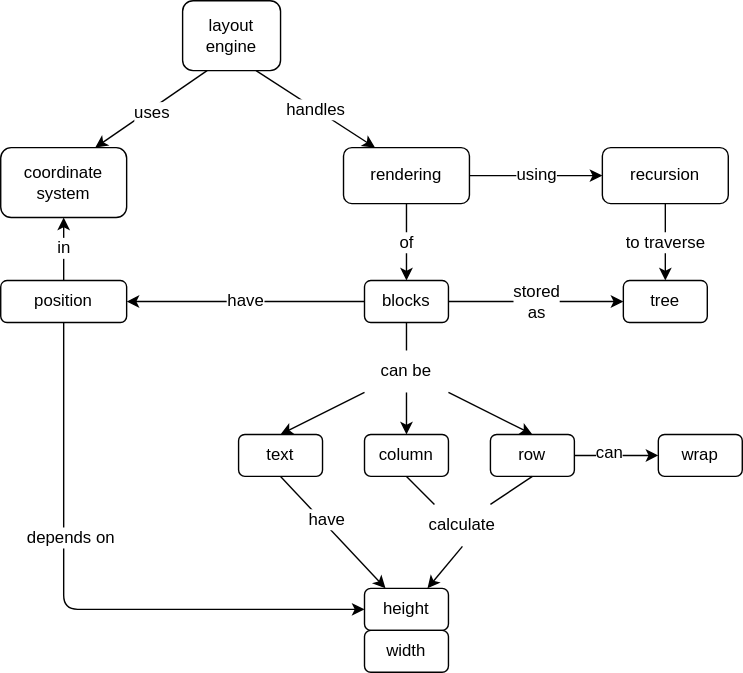
Earlier version of the draw.io export sdxpy/layout/concept_map.svg (gvwilson/thirdbit). Source tidied: cells renumbered, new cells last; positions are measured from the earlier drawing's top-left corner, leaving out a move shared by most shapes.
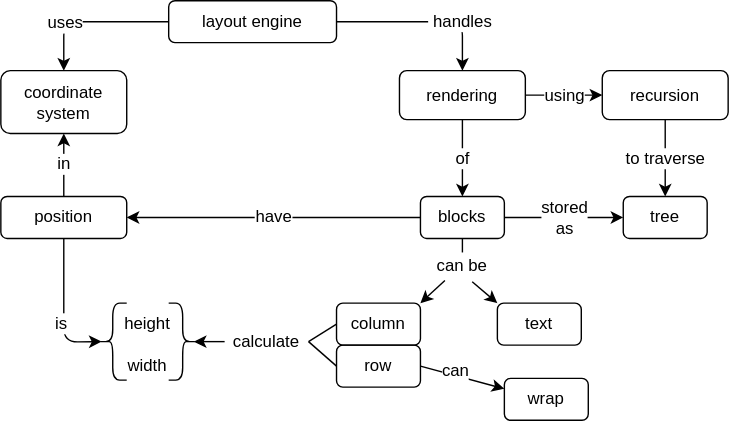
After the change.

The edit, as a diff of the source:
```diff
@@ -2,119 +2,127 @@
   <root>
     <mxCell id="0" />
     <mxCell id="1" parent="0" />
-    <mxCell id="2" value="&lt;font style=&quot;font-size: 12px;&quot;&gt;layout engine&lt;/font&gt;" style="text;html=1;strokeColor=default;fillColor=none;align=center;verticalAlign=middle;whiteSpace=wrap;rounded=1;fontSize=12;fontFamily=Verdana;" parent="1" vertex="1">
-      <mxGeometry x="130" width="70" height="50" as="geometry" />
+    <mxCell id="2" value="&lt;font style=&quot;font-size: 12px;&quot;&gt;layout engine&lt;/font&gt;" style="text;html=1;strokeColor=default;fillColor=none;align=center;verticalAlign=middle;whiteSpace=wrap;rounded=1;fontSize=12;fontFamily=Helvetica;" parent="1" vertex="1">
+      <mxGeometry x="120" y="60" width="120" height="30" as="geometry" />
     </mxCell>
-    <mxCell id="3" value="&lt;font style=&quot;font-size: 12px;&quot;&gt;coordinate system&lt;/font&gt;" style="text;html=1;strokeColor=default;fillColor=none;align=center;verticalAlign=middle;whiteSpace=wrap;rounded=1;fontSize=12;fontFamily=Verdana;" parent="1" vertex="1">
-      <mxGeometry y="105" width="90" height="50" as="geometry" />
+    <mxCell id="3" value="&lt;font style=&quot;font-size: 12px;&quot;&gt;coordinate system&lt;/font&gt;" style="text;html=1;strokeColor=default;fillColor=none;align=center;verticalAlign=middle;whiteSpace=wrap;rounded=1;fontSize=12;fontFamily=Helvetica;" parent="1" vertex="1">
+      <mxGeometry y="110" width="90" height="45" as="geometry" />
     </mxCell>
-    <mxCell id="4" value="&lt;font style=&quot;font-size: 12px;&quot;&gt;blocks&lt;/font&gt;" style="text;html=1;strokeColor=default;fillColor=none;align=center;verticalAlign=middle;whiteSpace=wrap;rounded=1;fontSize=12;fontFamily=Verdana;" parent="1" vertex="1">
-      <mxGeometry x="260" y="200" width="60" height="30" as="geometry" />
+    <mxCell id="4" value="&lt;font style=&quot;font-size: 12px;&quot;&gt;blocks&lt;/font&gt;" style="text;html=1;strokeColor=default;fillColor=none;align=center;verticalAlign=middle;whiteSpace=wrap;rounded=1;fontSize=12;fontFamily=Helvetica;" parent="1" vertex="1">
+      <mxGeometry x="300" y="200" width="60" height="30" as="geometry" />
     </mxCell>
-    <mxCell id="5" value="&lt;font style=&quot;font-size: 12px;&quot;&gt;row&lt;/font&gt;" style="text;html=1;strokeColor=default;fillColor=none;align=center;verticalAlign=middle;whiteSpace=wrap;rounded=1;fontSize=12;fontFamily=Verdana;" parent="1" vertex="1">
-      <mxGeometry x="350" y="310" width="60" height="30" as="geometry" />
+    <mxCell id="5" value="&lt;font style=&quot;font-size: 12px;&quot;&gt;row&lt;/font&gt;" style="text;html=1;strokeColor=default;fillColor=none;align=center;verticalAlign=middle;whiteSpace=wrap;rounded=1;fontSize=12;fontFamily=Helvetica;" parent="1" vertex="1">
+      <mxGeometry x="240" y="306.2" width="60" height="30" as="geometry" />
     </mxCell>
-    <mxCell id="6" value="&lt;font style=&quot;font-size: 12px;&quot;&gt;column&lt;/font&gt;" style="text;html=1;strokeColor=default;fillColor=none;align=center;verticalAlign=middle;whiteSpace=wrap;rounded=1;fontSize=12;fontFamily=Verdana;" parent="1" vertex="1">
-      <mxGeometry x="260" y="310" width="60" height="30" as="geometry" />
+    <mxCell id="6" value="&lt;font style=&quot;font-size: 12px;&quot;&gt;column&lt;/font&gt;" style="text;html=1;strokeColor=default;fillColor=none;align=center;verticalAlign=middle;whiteSpace=wrap;rounded=1;fontSize=12;fontFamily=Helvetica;" parent="1" vertex="1">
+      <mxGeometry x="240" y="276.2" width="60" height="30" as="geometry" />
     </mxCell>
-    <mxCell id="7" value="&lt;font style=&quot;font-size: 12px;&quot;&gt;text&lt;/font&gt;" style="text;html=1;strokeColor=default;fillColor=none;align=center;verticalAlign=middle;whiteSpace=wrap;rounded=1;fontSize=12;fontFamily=Verdana;" parent="1" vertex="1">
-      <mxGeometry x="170" y="310" width="60" height="30" as="geometry" />
+    <mxCell id="7" value="&lt;font style=&quot;font-size: 12px;&quot;&gt;text&lt;/font&gt;" style="text;html=1;strokeColor=default;fillColor=none;align=center;verticalAlign=middle;whiteSpace=wrap;rounded=1;fontSize=12;fontFamily=Helvetica;" parent="1" vertex="1">
+      <mxGeometry x="355" y="276.2" width="60" height="30" as="geometry" />
     </mxCell>
-    <mxCell id="8" value="&lt;font style=&quot;font-size: 12px;&quot;&gt;width&lt;/font&gt;" style="text;html=1;strokeColor=default;fillColor=none;align=center;verticalAlign=middle;whiteSpace=wrap;rounded=1;fontSize=12;fontFamily=Verdana;" parent="1" vertex="1">
-      <mxGeometry x="260" y="450" width="60" height="30" as="geometry" />
-    </mxCell>
-    <mxCell id="9" value="&lt;font style=&quot;font-size: 12px;&quot;&gt;height&lt;/font&gt;" style="text;html=1;strokeColor=default;fillColor=none;align=center;verticalAlign=middle;whiteSpace=wrap;rounded=1;fontSize=12;fontFamily=Verdana;" parent="1" vertex="1">
-      <mxGeometry x="260" y="420" width="60" height="30" as="geometry" />
-    </mxCell>
-    <mxCell id="10" value="&lt;font style=&quot;font-size: 12px;&quot;&gt;tree&lt;/font&gt;" style="text;html=1;strokeColor=default;fillColor=none;align=center;verticalAlign=middle;whiteSpace=wrap;rounded=1;fontSize=12;fontFamily=Verdana;" parent="1" vertex="1">
+    <mxCell id="10" value="&lt;font style=&quot;font-size: 12px;&quot;&gt;tree&lt;/font&gt;" style="text;html=1;strokeColor=default;fillColor=none;align=center;verticalAlign=middle;whiteSpace=wrap;rounded=1;fontSize=12;fontFamily=Helvetica;" parent="1" vertex="1">
       <mxGeometry x="445" y="200" width="60" height="30" as="geometry" />
     </mxCell>
-    <mxCell id="11" value="&lt;font style=&quot;font-size: 12px;&quot;&gt;rendering&lt;/font&gt;" style="text;html=1;strokeColor=default;fillColor=none;align=center;verticalAlign=middle;whiteSpace=wrap;rounded=1;fontSize=12;fontFamily=Verdana;" parent="1" vertex="1">
-      <mxGeometry x="245" y="105" width="90" height="40" as="geometry" />
+    <mxCell id="11" value="&lt;font style=&quot;font-size: 12px;&quot;&gt;rendering&lt;/font&gt;" style="text;html=1;strokeColor=default;fillColor=none;align=center;verticalAlign=middle;whiteSpace=wrap;rounded=1;fontSize=12;fontFamily=Helvetica;" parent="1" vertex="1">
+      <mxGeometry x="285" y="110" width="90" height="35" as="geometry" />
     </mxCell>
-    <mxCell id="12" value="&lt;font style=&quot;font-size: 12px;&quot;&gt;recursion&lt;/font&gt;" style="text;html=1;strokeColor=default;fillColor=none;align=center;verticalAlign=middle;whiteSpace=wrap;rounded=1;fontSize=12;fontFamily=Verdana;" parent="1" vertex="1">
-      <mxGeometry x="430" y="105" width="90" height="40" as="geometry" />
+    <mxCell id="12" value="&lt;font style=&quot;font-size: 12px;&quot;&gt;recursion&lt;/font&gt;" style="text;html=1;strokeColor=default;fillColor=none;align=center;verticalAlign=middle;whiteSpace=wrap;rounded=1;fontSize=12;fontFamily=Helvetica;" parent="1" vertex="1">
+      <mxGeometry x="430" y="110" width="90" height="35" as="geometry" />
     </mxCell>
-    <mxCell id="13" value="&lt;font style=&quot;font-size: 12px;&quot;&gt;wrap&lt;/font&gt;" style="text;html=1;strokeColor=default;fillColor=none;align=center;verticalAlign=middle;whiteSpace=wrap;rounded=1;fontSize=12;fontFamily=Verdana;" parent="1" vertex="1">
-      <mxGeometry x="470" y="310" width="60" height="30" as="geometry" />
+    <mxCell id="13" value="&lt;font style=&quot;font-size: 12px;&quot;&gt;wrap&lt;/font&gt;" style="text;html=1;strokeColor=default;fillColor=none;align=center;verticalAlign=middle;whiteSpace=wrap;rounded=1;fontSize=12;fontFamily=Helvetica;" parent="1" vertex="1">
+      <mxGeometry x="360" y="330" width="60" height="30" as="geometry" />
     </mxCell>
-    <mxCell id="14" style="endArrow=classic;html=1;rounded=0;entryX=0.75;entryY=0;entryDx=0;entryDy=0;endFill=1;sketch=0;exitX=0.25;exitY=1;exitDx=0;exitDy=0;fontFamily=Verdana;fontSize=12;" parent="1" edge="1" source="2" target="3">
-      <mxGeometry relative="1" as="geometry" />
+    <mxCell id="14" style="endArrow=classic;html=1;rounded=1;entryX=0.5;entryY=0;entryDx=0;entryDy=0;endFill=1;sketch=0;exitX=0;exitY=0.5;exitDx=0;exitDy=0;fontFamily=Helvetica;fontSize=12;" parent="1" edge="1" source="2" target="3">
+      <mxGeometry relative="1" as="geometry">
+        <Array as="points">
+          <mxPoint x="45" y="75" />
+        </Array>
+      </mxGeometry>
     </mxCell>
-    <mxCell id="15" value="&lt;font style=&quot;font-size: 12px;&quot;&gt;uses&lt;/font&gt;" style="edgeLabel;html=1;align=center;verticalAlign=middle;fontSize=12;fontFamily=Verdana;" parent="14" vertex="1">
+    <mxCell id="15" value="&lt;font style=&quot;font-size: 12px;&quot;&gt;uses&lt;/font&gt;" style="edgeLabel;html=1;align=center;verticalAlign=middle;fontSize=12;fontFamily=Helvetica;" parent="14" vertex="1">
       <mxGeometry x="-0.35" y="-3" relative="1" as="geometry">
-        <mxPoint x="-13" y="14" as="offset" />
+        <mxPoint x="-39" y="3" as="offset" />
       </mxGeometry>
     </mxCell>
-    <mxCell id="16" value="&lt;font style=&quot;font-size: 12px;&quot;&gt;&amp;nbsp;handles&amp;nbsp;&lt;/font&gt;" style="endArrow=classic;html=1;rounded=0;entryX=0.25;entryY=0;entryDx=0;entryDy=0;endFill=1;sketch=0;exitX=0.75;exitY=1;exitDx=0;exitDy=0;fontFamily=Verdana;fontSize=12;" parent="1" edge="1" source="2" target="11">
-      <mxGeometry relative="1" as="geometry" />
+    <mxCell id="16" value="&lt;font style=&quot;font-size: 12px;&quot;&gt;&amp;nbsp;handles&amp;nbsp;&lt;/font&gt;" style="endArrow=classic;html=1;rounded=1;entryX=0.5;entryY=0;entryDx=0;entryDy=0;endFill=1;sketch=0;exitX=1;exitY=0.5;exitDx=0;exitDy=0;fontFamily=Helvetica;fontSize=12;" parent="1" edge="1" source="2" target="11">
+      <mxGeometry x="0.44" relative="1" as="geometry">
+        <Array as="points">
+          <mxPoint x="330" y="75" />
+        </Array>
+      </mxGeometry>
     </mxCell>
-    <mxCell id="17" value="&lt;font style=&quot;font-size: 12px;&quot;&gt;using&lt;/font&gt;" style="endArrow=classic;html=1;rounded=0;entryX=0;entryY=0.5;entryDx=0;entryDy=0;endFill=1;sketch=0;exitX=1;exitY=0.5;exitDx=0;exitDy=0;fontFamily=Verdana;fontSize=12;" parent="1" edge="1" source="11" target="12">
+    <mxCell id="17" value="&lt;font style=&quot;font-size: 12px;&quot;&gt;using&lt;/font&gt;" style="endArrow=classic;html=1;rounded=0;endFill=1;sketch=0;exitX=1;exitY=0.5;exitDx=0;exitDy=0;fontFamily=Helvetica;fontSize=12;entryX=0;entryY=0.5;entryDx=0;entryDy=0;" parent="1" edge="1" source="11" target="12">
       <mxGeometry relative="1" as="geometry" />
     </mxCell>
-    <mxCell id="18" value="&lt;font style=&quot;font-size: 12px;&quot;&gt;of&lt;/font&gt;" style="endArrow=classic;html=1;rounded=0;entryX=0.5;entryY=0;entryDx=0;entryDy=0;endFill=1;sketch=0;exitX=0.5;exitY=1;exitDx=0;exitDy=0;fontFamily=Verdana;fontSize=12;" parent="1" edge="1" source="11" target="4">
+    <mxCell id="18" value="&lt;font style=&quot;font-size: 12px;&quot;&gt;of&lt;/font&gt;" style="endArrow=classic;html=1;rounded=0;entryX=0.5;entryY=0;entryDx=0;entryDy=0;endFill=1;sketch=0;exitX=0.5;exitY=1;exitDx=0;exitDy=0;fontFamily=Helvetica;fontSize=12;" parent="1" edge="1" source="11" target="4">
       <mxGeometry relative="1" as="geometry" />
     </mxCell>
-    <mxCell id="19" value="&lt;font style=&quot;font-size: 12px;&quot;&gt;can be&lt;/font&gt;" style="text;html=1;strokeColor=none;fillColor=none;align=center;verticalAlign=middle;whiteSpace=wrap;rounded=0;fontFamily=Verdana;fontSize=12;" parent="1" vertex="1">
-      <mxGeometry x="260" y="250" width="60" height="30" as="geometry" />
-    </mxCell>
-    <mxCell id="20" style="endArrow=none;html=1;rounded=0;sketch=0;fontFamily=Verdana;fontSize=12;entryX=0.5;entryY=1;entryDx=0;entryDy=0;exitX=0.5;exitY=0;exitDx=0;exitDy=0;" parent="1" edge="1" source="19" target="4">
-      <mxGeometry relative="1" as="geometry" />
-    </mxCell>
-    <mxCell id="21" style="endArrow=classic;html=1;rounded=0;sketch=0;fontFamily=Verdana;fontSize=12;entryX=0.5;entryY=0;entryDx=0;entryDy=0;exitX=0;exitY=1;exitDx=0;exitDy=0;" parent="1" edge="1" source="19" target="7">
-      <mxGeometry relative="1" as="geometry" />
-    </mxCell>
-    <mxCell id="22" style="endArrow=classic;html=1;rounded=0;sketch=0;fontFamily=Verdana;fontSize=12;entryX=0.5;entryY=0;entryDx=0;entryDy=0;exitX=0.5;exitY=1;exitDx=0;exitDy=0;" parent="1" edge="1" source="19" target="6">
-      <mxGeometry relative="1" as="geometry" />
-    </mxCell>
-    <mxCell id="23" style="endArrow=classic;html=1;rounded=0;sketch=0;fontFamily=Verdana;fontSize=12;entryX=0.5;entryY=0;entryDx=0;entryDy=0;exitX=1;exitY=1;exitDx=0;exitDy=0;" parent="1" edge="1" source="19" target="5">
-      <mxGeometry relative="1" as="geometry" />
-    </mxCell>
-    <mxCell id="24" style="endArrow=classic;html=1;rounded=0;sketch=0;fontFamily=Verdana;fontSize=12;entryX=0.25;entryY=0;entryDx=0;entryDy=0;exitX=0.5;exitY=1;exitDx=0;exitDy=0;" parent="1" edge="1" source="7" target="9">
-      <mxGeometry relative="1" as="geometry" />
-    </mxCell>
-    <mxCell id="25" value="&lt;font style=&quot;font-size: 12px;&quot;&gt;have&lt;/font&gt;" style="edgeLabel;html=1;align=center;verticalAlign=middle;fontSize=12;fontFamily=Verdana;" parent="24" vertex="1">
-      <mxGeometry x="-0.19" y="3" relative="1" as="geometry" />
-    </mxCell>
-    <mxCell id="26" value="&lt;font style=&quot;font-size: 12px;&quot;&gt;calculate&lt;/font&gt;" style="text;html=1;strokeColor=none;fillColor=none;align=center;verticalAlign=middle;whiteSpace=wrap;rounded=0;fontFamily=Verdana;fontSize=12;" parent="1" vertex="1">
-      <mxGeometry x="290" y="360" width="80" height="30" as="geometry" />
+    <mxCell id="26" value="&lt;font style=&quot;font-size: 12px;&quot;&gt;calculate&lt;/font&gt;" style="text;html=1;strokeColor=none;fillColor=none;align=center;verticalAlign=middle;whiteSpace=wrap;rounded=0;fontFamily=Helvetica;fontSize=12;" parent="1" vertex="1">
+      <mxGeometry x="160" y="293.8" width="60" height="20" as="geometry" />
     </mxCell>
-    <mxCell id="27" style="endArrow=none;html=1;rounded=0;sketch=0;fontFamily=Verdana;fontSize=12;entryX=0.5;entryY=1;entryDx=0;entryDy=0;exitX=0.25;exitY=0;exitDx=0;exitDy=0;" parent="1" edge="1" source="26" target="6">
-      <mxGeometry relative="1" as="geometry" />
-    </mxCell>
-    <mxCell id="28" style="endArrow=none;html=1;rounded=0;sketch=0;fontFamily=Verdana;fontSize=12;entryX=0.5;entryY=1;entryDx=0;entryDy=0;exitX=0.75;exitY=0;exitDx=0;exitDy=0;" parent="1" edge="1" source="26" target="5">
+    <mxCell id="28" style="endArrow=none;html=1;rounded=0;sketch=0;fontFamily=Helvetica;fontSize=12;entryX=0;entryY=0.5;entryDx=0;entryDy=0;exitX=1;exitY=0.5;exitDx=0;exitDy=0;" parent="1" edge="1" source="26" target="5">
       <mxGeometry relative="1" as="geometry" />
     </mxCell>
-    <mxCell id="29" style="endArrow=classic;html=1;rounded=0;sketch=0;fontFamily=Verdana;fontSize=12;entryX=0.75;entryY=0;entryDx=0;entryDy=0;exitX=0.5;exitY=1;exitDx=0;exitDy=0;" parent="1" edge="1" source="26" target="9">
-      <mxGeometry relative="1" as="geometry" />
-    </mxCell>
-    <mxCell id="30" style="endArrow=classic;html=1;rounded=0;sketch=0;fontFamily=Verdana;fontSize=12;entryX=0;entryY=0.5;entryDx=0;entryDy=0;exitX=1;exitY=0.5;exitDx=0;exitDy=0;" parent="1" edge="1" source="5" target="13">
+    <mxCell id="30" style="endArrow=classic;html=1;rounded=0;sketch=0;fontFamily=Helvetica;fontSize=12;entryX=0;entryY=0.25;entryDx=0;entryDy=0;exitX=1;exitY=0.5;exitDx=0;exitDy=0;" parent="1" edge="1" source="5" target="13">
       <mxGeometry relative="1" as="geometry" />
     </mxCell>
-    <mxCell id="31" value="&lt;font style=&quot;font-size: 12px;&quot;&gt;can&lt;/font&gt;" style="edgeLabel;html=1;align=center;verticalAlign=middle;fontSize=12;fontFamily=Verdana;" parent="30" vertex="1">
+    <mxCell id="31" value="&lt;font style=&quot;font-size: 12px;&quot;&gt;can&lt;/font&gt;" style="edgeLabel;html=1;align=center;verticalAlign=middle;fontSize=12;fontFamily=Helvetica;" parent="30" vertex="1">
       <mxGeometry x="-0.19" y="3" relative="1" as="geometry" />
     </mxCell>
-    <mxCell id="32" value="&lt;font style=&quot;font-size: 12px;&quot;&gt;stored&lt;br style=&quot;font-size: 12px;&quot;&gt;as&lt;/font&gt;" style="endArrow=classic;html=1;rounded=0;sketch=0;fontFamily=Verdana;fontSize=12;entryX=0;entryY=0.5;entryDx=0;entryDy=0;exitX=1;exitY=0.5;exitDx=0;exitDy=0;" parent="1" edge="1" source="4" target="10">
+    <mxCell id="32" value="&lt;font style=&quot;font-size: 12px;&quot;&gt;stored&lt;br style=&quot;font-size: 12px;&quot;&gt;as&lt;/font&gt;" style="endArrow=classic;html=1;rounded=0;sketch=0;fontFamily=Helvetica;fontSize=12;exitX=1;exitY=0.5;exitDx=0;exitDy=0;entryX=0;entryY=0.5;entryDx=0;entryDy=0;" parent="1" edge="1" source="4" target="10">
       <mxGeometry relative="1" as="geometry" />
     </mxCell>
-    <mxCell id="33" value="&lt;font style=&quot;font-size: 12px;&quot;&gt;to traverse&lt;/font&gt;" style="endArrow=classic;html=1;rounded=0;entryX=0.5;entryY=0;entryDx=0;entryDy=0;endFill=1;sketch=0;exitX=0.5;exitY=1;exitDx=0;exitDy=0;fontFamily=Verdana;fontSize=12;" parent="1" edge="1" source="12" target="10">
+    <mxCell id="33" value="&lt;font style=&quot;font-size: 12px;&quot;&gt;to traverse&lt;/font&gt;" style="endArrow=classic;html=1;rounded=0;entryX=0.5;entryY=0;entryDx=0;entryDy=0;endFill=1;sketch=0;exitX=0.5;exitY=1;exitDx=0;exitDy=0;fontFamily=Helvetica;fontSize=12;" parent="1" edge="1" source="12" target="10">
       <mxGeometry relative="1" as="geometry" />
     </mxCell>
-    <mxCell id="34" value="&lt;font style=&quot;font-size: 12px;&quot;&gt;position&lt;/font&gt;" style="text;html=1;strokeColor=default;fillColor=none;align=center;verticalAlign=middle;whiteSpace=wrap;rounded=1;fontSize=12;fontFamily=Verdana;" parent="1" vertex="1">
+    <mxCell id="34" value="&lt;font style=&quot;font-size: 12px;&quot;&gt;position&lt;/font&gt;" style="text;html=1;strokeColor=default;fillColor=none;align=center;verticalAlign=middle;whiteSpace=wrap;rounded=1;fontSize=12;fontFamily=Helvetica;" parent="1" vertex="1">
       <mxGeometry y="200" width="90" height="30" as="geometry" />
     </mxCell>
-    <mxCell id="35" value="&lt;font style=&quot;font-size: 12px;&quot;&gt;have&lt;/font&gt;" style="endArrow=classic;html=1;rounded=0;sketch=0;fontFamily=Verdana;fontSize=12;exitX=0;exitY=0.5;exitDx=0;exitDy=0;entryX=1;entryY=0.5;entryDx=0;entryDy=0;" parent="1" edge="1" source="4" target="34">
+    <mxCell id="35" value="&lt;font style=&quot;font-size: 12px;&quot;&gt;have&lt;/font&gt;" style="endArrow=classic;html=1;rounded=0;sketch=0;fontFamily=Helvetica;fontSize=12;exitX=0;exitY=0.5;exitDx=0;exitDy=0;entryX=1;entryY=0.5;entryDx=0;entryDy=0;" parent="1" edge="1" source="4" target="34">
       <mxGeometry relative="1" as="geometry" />
     </mxCell>
-    <mxCell id="36" value="&lt;font style=&quot;font-size: 12px;&quot;&gt;in&lt;/font&gt;" style="endArrow=classic;html=1;rounded=0;sketch=0;fontFamily=Verdana;fontSize=12;exitX=0.5;exitY=0;exitDx=0;exitDy=0;entryX=0.5;entryY=1;entryDx=0;entryDy=0;" parent="1" edge="1" source="34" target="3">
+    <mxCell id="36" value="&lt;font style=&quot;font-size: 12px;&quot;&gt;in&lt;/font&gt;" style="endArrow=classic;html=1;rounded=0;sketch=0;fontFamily=Helvetica;fontSize=12;exitX=0.5;exitY=0;exitDx=0;exitDy=0;entryX=0.5;entryY=1;entryDx=0;entryDy=0;" parent="1" edge="1" source="34" target="3">
       <mxGeometry relative="1" as="geometry" />
     </mxCell>
-    <mxCell id="37" value="&lt;font style=&quot;font-size: 12px;&quot;&gt;depends on&lt;/font&gt;" style="endArrow=classic;html=1;rounded=1;sketch=0;fontFamily=Verdana;fontSize=12;exitX=0.5;exitY=1;exitDx=0;exitDy=0;entryX=0;entryY=0.5;entryDx=0;entryDy=0;" parent="1" edge="1" source="34" target="9">
-      <mxGeometry x="-0.27" y="5" relative="1" as="geometry">
+    <mxCell id="37" value="&lt;font style=&quot;font-size: 12px;&quot;&gt;is&lt;br style=&quot;font-size: 12px;&quot;&gt;&lt;/font&gt;" style="endArrow=classic;html=1;rounded=1;sketch=0;fontFamily=Helvetica;fontSize=12;exitX=0.5;exitY=1;exitDx=0;exitDy=0;entryX=0.1;entryY=0.5;entryDx=0;entryDy=0;entryPerimeter=0;" parent="1" edge="1" source="34" target="39">
+      <mxGeometry x="0.2" y="-2" relative="1" as="geometry">
         <Array as="points">
-          <mxPoint x="45" y="435" />
+          <mxPoint x="45" y="304" />
         </Array>
       </mxGeometry>
     </mxCell>
+    <mxCell id="38" style="group;fontFamily=Helvetica;fontSize=12;" parent="1" vertex="1">
+      <mxGeometry x="70" y="276.2" width="70" height="60" as="geometry" />
+    </mxCell>
+    <mxCell id="9" value="height" style="text;html=1;strokeColor=none;fillColor=none;align=center;verticalAlign=middle;whiteSpace=wrap;rounded=0;fontFamily=Helvetica;fontSize=12;" parent="38" vertex="1">
+      <mxGeometry x="10" width="50" height="30" as="geometry" />
+    </mxCell>
+    <mxCell id="8" value="width" style="text;html=1;strokeColor=none;fillColor=none;align=center;verticalAlign=middle;whiteSpace=wrap;rounded=0;fontFamily=Helvetica;fontSize=12;" parent="38" vertex="1">
+      <mxGeometry x="10" y="30" width="50" height="30" as="geometry" />
+    </mxCell>
+    <mxCell id="39" style="shape=curlyBracket;whiteSpace=wrap;html=1;rounded=1;labelPosition=left;verticalLabelPosition=middle;align=right;verticalAlign=middle;fontFamily=Helvetica;fontSize=12;" parent="38" vertex="1">
+      <mxGeometry width="20" height="55" as="geometry" />
+    </mxCell>
+    <mxCell id="40" style="shape=curlyBracket;whiteSpace=wrap;html=1;rounded=1;flipH=1;labelPosition=right;verticalLabelPosition=middle;align=left;verticalAlign=middle;fontFamily=Helvetica;fontSize=12;" parent="38" vertex="1">
+      <mxGeometry x="50" width="20" height="55" as="geometry" />
+    </mxCell>
+    <mxCell id="27" style="endArrow=none;html=1;rounded=0;exitX=1;exitY=0.5;exitDx=0;exitDy=0;entryX=0;entryY=0.5;entryDx=0;entryDy=0;fontFamily=Helvetica;fontSize=12;" parent="1" edge="1" source="26" target="6">
+      <mxGeometry relative="1" as="geometry" />
+    </mxCell>
+    <mxCell id="41" style="endArrow=classic;html=1;rounded=0;entryX=0.1;entryY=0.5;entryDx=0;entryDy=0;entryPerimeter=0;exitX=0;exitY=0.5;exitDx=0;exitDy=0;fontFamily=Helvetica;fontSize=12;" parent="1" edge="1" source="26" target="40">
+      <mxGeometry relative="1" as="geometry" />
+    </mxCell>
+    <mxCell id="19" value="can be" style="text;html=1;strokeColor=none;fillColor=none;align=center;verticalAlign=middle;whiteSpace=wrap;rounded=0;fontFamily=Helvetica;fontSize=12;" parent="1" vertex="1">
+      <mxGeometry x="305" y="240" width="50" height="20" as="geometry" />
+    </mxCell>
+    <mxCell id="20" style="endArrow=none;html=1;rounded=0;entryX=0.5;entryY=1;entryDx=0;entryDy=0;exitX=0.5;exitY=0;exitDx=0;exitDy=0;fontFamily=Helvetica;fontSize=12;" parent="1" edge="1" source="19" target="4">
+      <mxGeometry relative="1" as="geometry" />
+    </mxCell>
+    <mxCell id="22" style="endArrow=classic;html=1;rounded=0;entryX=1;entryY=0;entryDx=0;entryDy=0;exitX=0.25;exitY=1;exitDx=0;exitDy=0;fontFamily=Helvetica;fontSize=12;" parent="1" edge="1" source="19" target="6">
+      <mxGeometry relative="1" as="geometry" />
+    </mxCell>
+    <mxCell id="21" style="endArrow=classic;html=1;rounded=0;entryX=0;entryY=0;entryDx=0;entryDy=0;exitX=0.64;exitY=1.05;exitDx=0;exitDy=0;exitPerimeter=0;fontFamily=Helvetica;fontSize=12;" parent="1" edge="1" source="19" target="7">
+      <mxGeometry relative="1" as="geometry" />
+    </mxCell>
   </root>
 </mxGraphModel>
```
